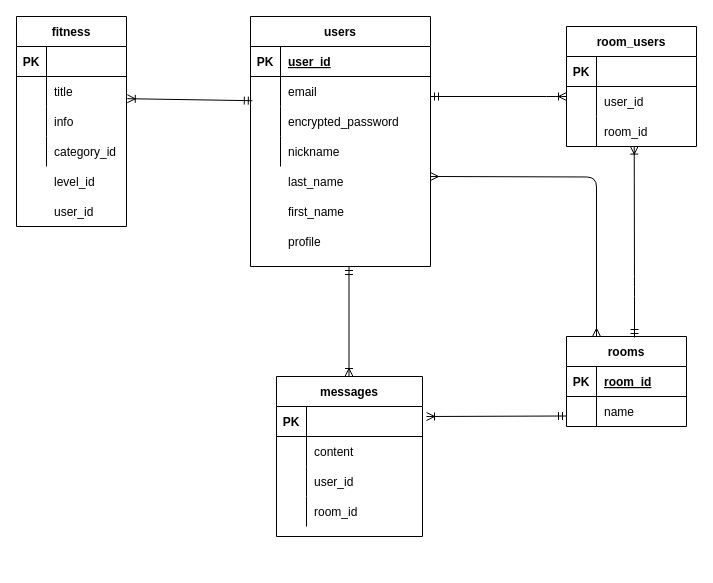
Before: edf.dio in gorotakeda/every_day_fitness, a draw.io diagram. Source tidied: cells renumbered, new cells numbered last; positions are measured from the earlier drawing's top-left corner, leaving out a move shared by most shapes. Both pictures are drawn from the tidied source at 100%, with x=0, y=0 at pixel (16, 16).
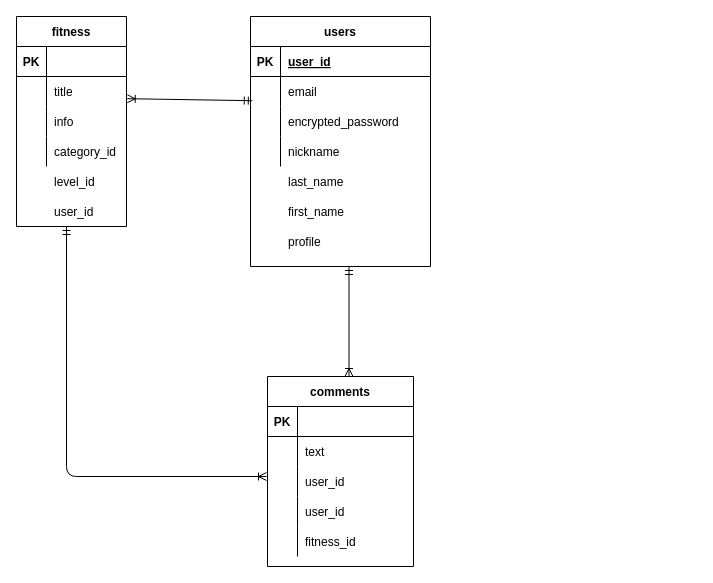
After the change.

Unchanged cells that the change refers to:
```xml
<mxCell id="42" style="shape=partialRectangle;fillColor=none;top=0;left=0;bottom=0;right=0;" parent="38" vertex="1">
  <mxGeometry y="60" width="146" height="30" as="geometry" />
</mxCell>
```

What changed in the source:
```diff
@@
-    <mxCell id="15" value="room_users" style="shape=table;startSize=30;childLayout=tableLayout;rowLines=0;fontStyle=1;align=center;" parent="1" vertex="1">
-      <mxGeometry x="550" y="10" width="130" height="120" as="geometry" />
-    </mxCell>
-    <mxCell id="16" style="shape=partialRectangle;fillColor=none;top=0;left=0;bottom=1;right=0;" parent="15" vertex="1">
-      <mxGeometry y="30" width="130" height="30" as="geometry" />
-    </mxCell>
-    <mxCell id="17" value="PK" style="shape=partialRectangle;fillColor=none;top=0;left=0;bottom=0;right=0;fontStyle=1;overflow=hidden;" parent="16" vertex="1">
-      <mxGeometry width="30" height="30" as="geometry" />
-    </mxCell>
-    <mxCell id="18" style="shape=partialRectangle;fillColor=none;top=0;left=0;bottom=0;right=0;align=left;spacingLeft=6;fontStyle=5;overflow=hidden;" parent="16" vertex="1">
-      <mxGeometry x="30" width="100" height="30" as="geometry" />
-    </mxCell>
-    <mxCell id="19" style="shape=partialRectangle;fillColor=none;top=0;left=0;bottom=0;right=0;" parent="15" vertex="1">
-      <mxGeometry y="60" width="130" height="30" as="geometry" />
-    </mxCell>
-    <mxCell id="20" style="shape=partialRectangle;fillColor=none;top=0;left=0;bottom=0;right=0;overflow=hidden;" parent="19" vertex="1">
-      <mxGeometry width="30" height="30" as="geometry" />
-    </mxCell>
-    <mxCell id="21" value="user_id" style="shape=partialRectangle;fillColor=none;top=0;left=0;bottom=0;right=0;align=left;spacingLeft=6;overflow=hidden;" parent="19" vertex="1">
-      <mxGeometry x="30" width="100" height="30" as="geometry" />
-    </mxCell>
-    <mxCell id="22" style="shape=partialRectangle;fillColor=none;top=0;left=0;bottom=0;right=0;points=[[0,0.5],[1,0.5]];portConstraint=eastwest;" parent="15" vertex="1">
-      <mxGeometry y="90" width="130" height="30" as="geometry" />
-    </mxCell>
-    <mxCell id="23" style="shape=partialRectangle;fillColor=none;top=0;left=0;bottom=0;right=0;overflow=hidden;" parent="22" vertex="1">
-      <mxGeometry width="30" height="30" as="geometry" />
-    </mxCell>
-    <mxCell id="24" value="room_id" style="shape=partialRectangle;fillColor=none;top=0;left=0;bottom=0;right=0;align=left;spacingLeft=6;overflow=hidden;" parent="22" vertex="1">
-      <mxGeometry x="30" width="100" height="30" as="geometry" />
-    </mxCell>
@@
-    <mxCell id="38" value="messages" style="shape=table;startSize=30;childLayout=tableLayout;rowLines=0;fontStyle=1;align=center;" parent="1" vertex="1">
-      <mxGeometry x="260" y="360" width="146" height="160" as="geometry" />
+    <mxCell id="38" value="comments" style="shape=table;startSize=30;childLayout=tableLayout;rowLines=0;fontStyle=1;align=center;" parent="1" vertex="1">
+      <mxGeometry x="251" y="360" width="146" height="190" as="geometry" />
     </mxCell>
@@
-    <mxCell id="44" value="content" style="shape=partialRectangle;fillColor=none;top=0;left=0;bottom=0;right=0;align=left;spacingLeft=6;overflow=hidden;" parent="42" vertex="1">
+    <mxCell id="44" value="text" style="shape=partialRectangle;fillColor=none;top=0;left=0;bottom=0;right=0;align=left;spacingLeft=6;overflow=hidden;" parent="42" vertex="1">
       <mxGeometry x="30" width="116" height="30" as="geometry" />
     </mxCell>
+    <mxCell id="69" style="shape=partialRectangle;fillColor=none;top=0;left=0;bottom=0;right=0;" parent="38" vertex="1">
+      <mxGeometry y="90" width="146" height="30" as="geometry" />
+    </mxCell>
+    <mxCell id="70" style="shape=partialRectangle;fillColor=none;top=0;left=0;bottom=0;right=0;overflow=hidden;" parent="69" vertex="1">
+      <mxGeometry width="30" height="30" as="geometry" />
+    </mxCell>
+    <mxCell id="21" value="user_id" style="shape=partialRectangle;fillColor=none;top=0;left=0;bottom=0;right=0;align=left;spacingLeft=6;overflow=hidden;" parent="69" vertex="1">
+      <mxGeometry x="30" width="116" height="30" as="geometry" />
+    </mxCell>
     <mxCell id="45" style="shape=partialRectangle;fillColor=none;top=0;left=0;bottom=0;right=0;" parent="38" vertex="1">
-      <mxGeometry y="90" width="146" height="30" as="geometry" />
+      <mxGeometry y="120" width="146" height="30" as="geometry" />
     </mxCell>
@@
     <mxCell id="48" style="shape=partialRectangle;fillColor=none;top=0;left=0;bottom=0;right=0;" parent="38" vertex="1">
-      <mxGeometry y="120" width="146" height="30" as="geometry" />
+      <mxGeometry y="150" width="146" height="30" as="geometry" />
     </mxCell>
@@
-    <mxCell id="50" value="room_id" style="shape=partialRectangle;fillColor=none;top=0;left=0;bottom=0;right=0;align=left;spacingLeft=6;overflow=hidden;" parent="48" vertex="1">
+    <mxCell id="50" value="fitness_id" style="shape=partialRectangle;fillColor=none;top=0;left=0;bottom=0;right=0;align=left;spacingLeft=6;overflow=hidden;" parent="48" vertex="1">
       <mxGeometry x="30" width="116" height="30" as="geometry" />
     </mxCell>
-    <mxCell id="51" value="rooms" style="shape=table;startSize=30;childLayout=tableLayout;rowLines=0;fontStyle=1;align=center;" parent="1" vertex="1">
-      <mxGeometry x="550" y="320" width="120" height="90" as="geometry" />
-    </mxCell>
-    <mxCell id="52" style="shape=partialRectangle;fillColor=none;top=0;left=0;bottom=1;right=0;" parent="51" vertex="1">
-      <mxGeometry y="30" width="120" height="30" as="geometry" />
-    </mxCell>
-    <mxCell id="53" value="PK" style="shape=partialRectangle;fillColor=none;top=0;left=0;bottom=0;right=0;fontStyle=1;overflow=hidden;" parent="52" vertex="1">
-      <mxGeometry width="30" height="30" as="geometry" />
-    </mxCell>
-    <mxCell id="54" value="room_id" style="shape=partialRectangle;fillColor=none;top=0;left=0;bottom=0;right=0;align=left;spacingLeft=6;fontStyle=5;overflow=hidden;" parent="52" vertex="1">
-      <mxGeometry x="30" width="90" height="30" as="geometry" />
-    </mxCell>
-    <mxCell id="55" style="shape=partialRectangle;fillColor=none;top=0;left=0;bottom=0;right=0;" parent="51" vertex="1">
-      <mxGeometry y="60" width="120" height="30" as="geometry" />
-    </mxCell>
-    <mxCell id="56" style="shape=partialRectangle;fillColor=none;top=0;left=0;bottom=0;right=0;overflow=hidden;" parent="55" vertex="1">
-      <mxGeometry width="30" height="30" as="geometry" />
-    </mxCell>
-    <mxCell id="57" value="name" style="shape=partialRectangle;fillColor=none;top=0;left=0;bottom=0;right=0;align=left;spacingLeft=6;overflow=hidden;" parent="55" vertex="1">
-      <mxGeometry x="30" width="90" height="30" as="geometry" />
-    </mxCell>
@@
-    <mxCell id="64" style="fontSize=12;html=1;endArrow=ERoneToMany;startArrow=ERmandOne;" parent="1" edge="1">
-      <mxGeometry relative="1" as="geometry">
-        <mxPoint x="414" y="80" as="sourcePoint" />
-        <mxPoint x="550" y="80" as="targetPoint" />
-        <Array as="points">
-          <mxPoint x="540" y="80" />
-          <mxPoint x="540" y="80" />
-        </Array>
-      </mxGeometry>
-    </mxCell>
-    <mxCell id="65" style="fontSize=12;html=1;endArrow=ERoneToMany;startArrow=ERmandOne;entryX=0.521;entryY=0.987;entryDx=0;entryDy=0;entryPerimeter=0;" parent="1" edge="1" target="22">
-      <mxGeometry relative="1" as="geometry">
-        <mxPoint x="618" y="321" as="sourcePoint" />
-        <Array as="points">
-          <mxPoint x="618" y="270" />
-        </Array>
-      </mxGeometry>
-    </mxCell>
-    <mxCell id="66" style="fontSize=12;html=1;endArrow=ERoneToMany;startArrow=ERmandOne;" parent="1" edge="1">
-      <mxGeometry relative="1" as="geometry">
-        <mxPoint x="550" y="399.5" as="sourcePoint" />
-        <mxPoint x="410" y="400" as="targetPoint" />
-      </mxGeometry>
-    </mxCell>
-    <mxCell id="67" style="edgeStyle=orthogonalEdgeStyle;fontSize=12;html=1;endArrow=ERmany;startArrow=ERmany;entryX=0.25;entryY=0;entryDx=0;entryDy=0;" parent="1" edge="1" target="51">
-      <mxGeometry relative="1" as="geometry">
-        <mxPoint x="414" y="160" as="sourcePoint" />
-      </mxGeometry>
-    </mxCell>
@@
+    <mxCell id="71" style="edgeStyle=elbowEdgeStyle;fontSize=12;html=1;endArrow=ERoneToMany;startArrow=ERmandOne;elbow=vertical;" parent="1" edge="1">
+      <mxGeometry relative="1" as="geometry">
+        <mxPoint x="50" y="210" as="sourcePoint" />
+        <mxPoint x="250" y="460" as="targetPoint" />
+        <Array as="points">
+          <mxPoint x="60" y="460" />
+        </Array>
+      </mxGeometry>
+    </mxCell>
```
